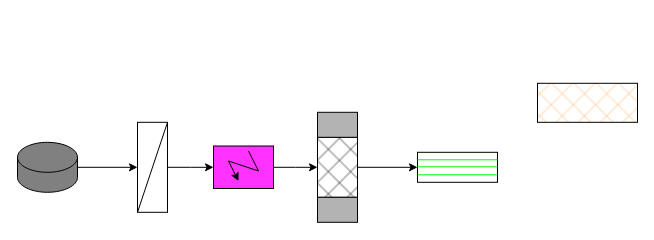
This is rp.drawio from chbambooshoot/digram, a draw.io file, before an edit. Source tidied: cells renumbered, new cells numbered last; positions are measured from the earlier drawing's top-left corner, leaving out a move shared by most shapes. Both pictures are drawn from the tidied source at 100%, with x=0, y=0 at pixel (17, 83). Pictures stored in the file or linked from it are replaced by grey dashed boxes.
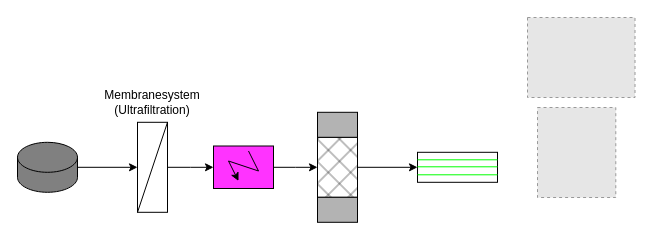
After the change.

What changed in the source:
```diff
@@
-    <mxCell id="4" style="rounded=0;whiteSpace=wrap;html=1;fillColor=#FFB570;strokeColor=#000000;fillStyle=cross-hatch;" parent="1" vertex="1">
-      <mxGeometry x="520" y="-0.2" width="100" height="39" as="geometry" />
-    </mxCell>
@@
+    <mxCell id="25" value="Membranesystem&lt;br&gt;(Ultrafiltration)" style="text;html=1;strokeColor=none;fillColor=none;align=center;verticalAlign=middle;whiteSpace=wrap;rounded=0;" parent="1" vertex="1">
+      <mxGeometry x="105" y="4.2" width="60" height="30" as="geometry" />
+    </mxCell>
+    <mxCell id="26" style="fillColor=#E6E6E6;strokeColor=#999999;dashed=1;verticalLabelPosition=bottom;labelBackgroundColor=default;verticalAlign=top;" parent="1" vertex="1">
+      <mxGeometry x="510" y="-66" width="107.5" height="80" as="geometry" />
+    </mxCell>
+    <mxCell id="27" style="fillColor=#E6E6E6;strokeColor=#999999;dashed=1;verticalLabelPosition=bottom;labelBackgroundColor=default;verticalAlign=top;" parent="1" vertex="1">
+      <mxGeometry x="520" y="24" width="78.3" height="90" as="geometry" />
+    </mxCell>
```
